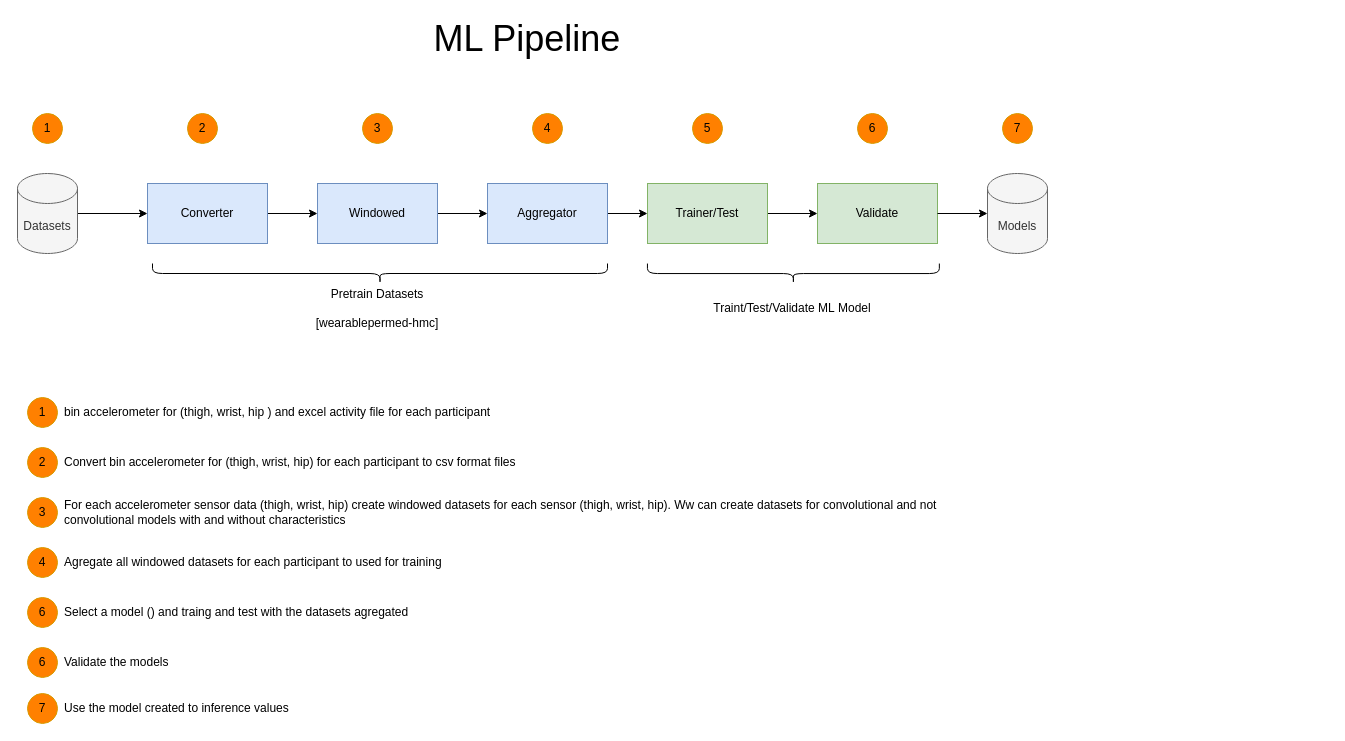
Earlier version of the draw.io diagram WearablePermed.drawio (SiMuR-UO/uniovi-simur-wearablepermed-docs). Source tidied: cells renumbered, new cells numbered last; positions are measured from the earlier drawing's top-left corner, leaving out a move shared by most shapes. Both pictures are drawn from the tidied source at 100%, with x=0, y=0 at pixel (17, 23).
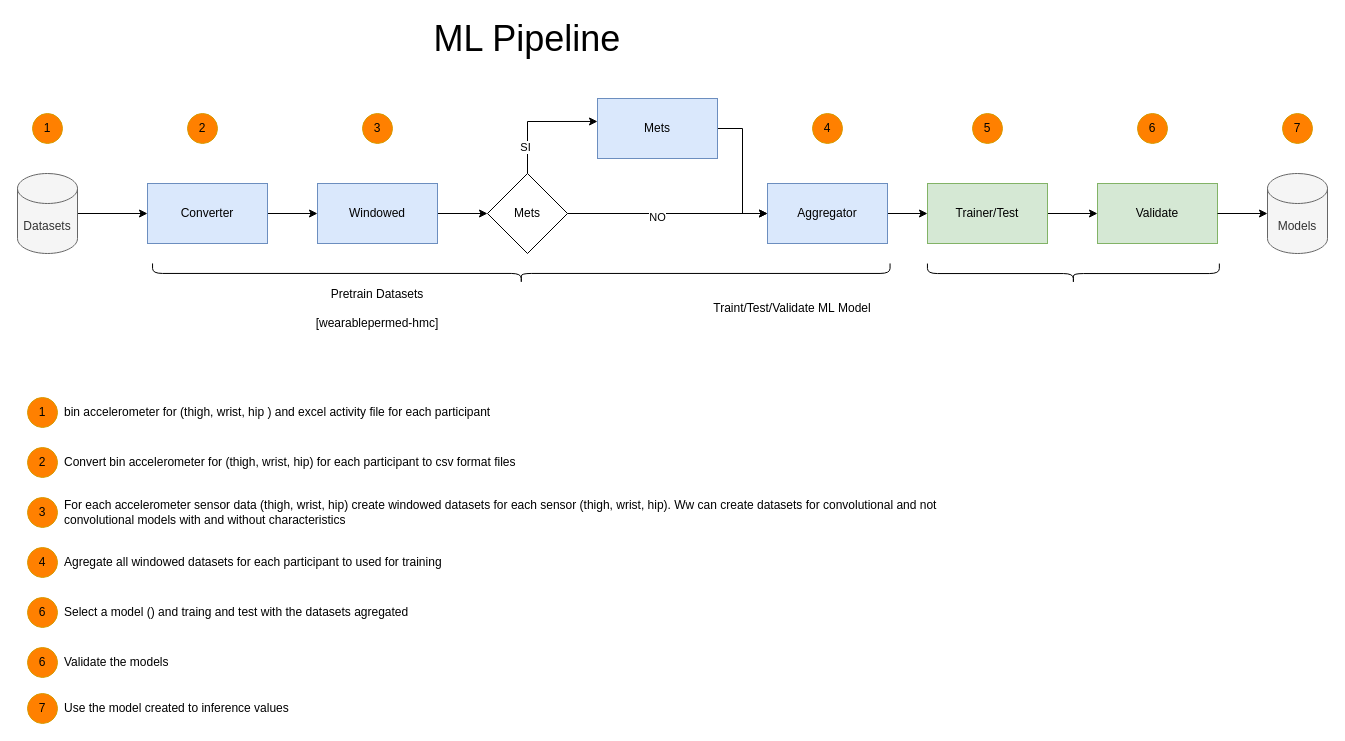
After the change.

Unchanged cells that the change refers to:
```xml
<mxCell id="7" value="Windowed" style="rounded=0;whiteSpace=wrap;html=1;fillColor=#dae8fc;strokeColor=#6c8ebf;" parent="1" vertex="1">
  <mxGeometry x="300" y="160" width="120" height="60" as="geometry" />
</mxCell>
```

Diff of the diagram source:
```diff
@@
-    <mxCell id="6" style="edgeStyle=orthogonalEdgeStyle;rounded=0;jettySize=auto;html=1;" parent="1" edge="1" source="7" target="9">
+    <mxCell id="6" style="edgeStyle=orthogonalEdgeStyle;rounded=0;jettySize=auto;html=1;entryX=0;entryY=0.5;entryDx=0;entryDy=0;" parent="1" edge="1" source="7" target="45">
       <mxGeometry relative="1" as="geometry" />
     </mxCell>
@@
     <mxCell id="9" value="Aggregator" style="rounded=0;whiteSpace=wrap;html=1;fillColor=#dae8fc;strokeColor=#6c8ebf;" parent="1" vertex="1">
-      <mxGeometry x="470" y="160" width="120" height="60" as="geometry" />
+      <mxGeometry x="750" y="160" width="120" height="60" as="geometry" />
     </mxCell>
@@
     <mxCell id="11" value="Trainer/Test" style="rounded=0;whiteSpace=wrap;html=1;fillColor=#d5e8d4;strokeColor=#82b366;" parent="1" vertex="1">
-      <mxGeometry x="630" y="160" width="120" height="60" as="geometry" />
+      <mxGeometry x="910" y="160" width="120" height="60" as="geometry" />
     </mxCell>
     <mxCell id="12" value="Models" style="shape=cylinder3;whiteSpace=wrap;html=1;boundedLbl=1;backgroundOutline=1;size=15;fillColor=#f5f5f5;fontColor=#333333;strokeColor=#666666;" parent="1" vertex="1">
-      <mxGeometry x="970" y="150" width="60" height="80" as="geometry" />
+      <mxGeometry x="1250" y="150" width="60" height="80" as="geometry" />
     </mxCell>
@@
     <mxCell id="16" value="4" style="ellipse;whiteSpace=wrap;html=1;fillColor=#FF8000;strokeColor=#d79b00;" parent="1" vertex="1">
-      <mxGeometry x="515" y="90" width="30" height="30" as="geometry" />
+      <mxGeometry x="795" y="90" width="30" height="30" as="geometry" />
     </mxCell>
     <mxCell id="17" value="6" style="ellipse;whiteSpace=wrap;html=1;fillColor=#FF8000;strokeColor=#d79b00;" parent="1" vertex="1">
-      <mxGeometry x="840" y="90" width="30" height="30" as="geometry" />
+      <mxGeometry x="1120" y="90" width="30" height="30" as="geometry" />
     </mxCell>
     <mxCell id="18" value="7" style="ellipse;whiteSpace=wrap;html=1;fillColor=#FF8000;strokeColor=#d79b00;" parent="1" vertex="1">
-      <mxGeometry x="985" y="90" width="30" height="30" as="geometry" />
+      <mxGeometry x="1265" y="90" width="30" height="30" as="geometry" />
     </mxCell>
     <mxCell id="19" style="shape=curlyBracket;whiteSpace=wrap;html=1;rounded=1;labelPosition=left;verticalLabelPosition=middle;align=right;verticalAlign=middle;rotation=-90;" parent="1" vertex="1">
-      <mxGeometry x="352.5" y="22.5" width="20" height="455" as="geometry" />
+      <mxGeometry x="493.8" y="-118.8" width="20" height="737.5" as="geometry" />
     </mxCell>
     <mxCell id="20" style="shape=curlyBracket;whiteSpace=wrap;html=1;rounded=1;labelPosition=left;verticalLabelPosition=middle;align=right;verticalAlign=middle;rotation=-90;" parent="1" vertex="1">
-      <mxGeometry x="765.9" y="104.1" width="20" height="291.9" as="geometry" />
+      <mxGeometry x="1045.9" y="104.1" width="20" height="291.9" as="geometry" />
     </mxCell>
@@
     <mxCell id="23" value="Validate" style="rounded=0;whiteSpace=wrap;html=1;fillColor=#d5e8d4;strokeColor=#82b366;" parent="1" vertex="1">
-      <mxGeometry x="800" y="160" width="120" height="60" as="geometry" />
+      <mxGeometry x="1080" y="160" width="120" height="60" as="geometry" />
     </mxCell>
@@
     <mxCell id="34" value="5" style="ellipse;whiteSpace=wrap;html=1;fillColor=#FF8000;strokeColor=#d79b00;" parent="1" vertex="1">
-      <mxGeometry x="675" y="90" width="30" height="30" as="geometry" />
+      <mxGeometry x="955" y="90" width="30" height="30" as="geometry" />
     </mxCell>
@@
+    <mxCell id="41" style="edgeStyle=orthogonalEdgeStyle;rounded=0;jettySize=auto;html=1;entryX=0;entryY=0.5;entryDx=0;entryDy=0;" parent="1" edge="1" source="42" target="9">
+      <mxGeometry relative="1" as="geometry" />
+    </mxCell>
+    <mxCell id="42" value="Mets" style="rounded=0;whiteSpace=wrap;html=1;fillColor=#dae8fc;strokeColor=#6c8ebf;" parent="1" vertex="1">
+      <mxGeometry x="580" y="75" width="120" height="60" as="geometry" />
+    </mxCell>
+    <mxCell id="43" style="edgeStyle=orthogonalEdgeStyle;rounded=0;jettySize=auto;html=1;entryX=0;entryY=0.5;entryDx=0;entryDy=0;" parent="1" edge="1" source="45" target="9">
+      <mxGeometry relative="1" as="geometry" />
+    </mxCell>
+    <mxCell id="44" value="NO" style="edgeLabel;html=1;align=center;verticalAlign=middle;" parent="43" vertex="1">
+      <mxGeometry x="-0.11" y="-3" relative="1" as="geometry" />
+    </mxCell>
+    <mxCell id="45" value="Mets" style="rhombus;whiteSpace=wrap;html=1;" parent="1" vertex="1">
+      <mxGeometry x="470" y="150" width="80" height="80" as="geometry" />
+    </mxCell>
+    <mxCell id="46" style="edgeStyle=orthogonalEdgeStyle;rounded=0;jettySize=auto;html=1;entryX=0;entryY=0.383;entryDx=0;entryDy=0;entryPerimeter=0;exitX=0.5;exitY=0;exitDx=0;exitDy=0;" parent="1" edge="1" source="45" target="42">
+      <mxGeometry relative="1" as="geometry" />
+    </mxCell>
+    <mxCell id="47" value="SI" style="edgeLabel;html=1;align=center;verticalAlign=middle;" parent="46" vertex="1">
+      <mxGeometry x="-0.56" y="3" relative="1" as="geometry" />
+    </mxCell>
```
